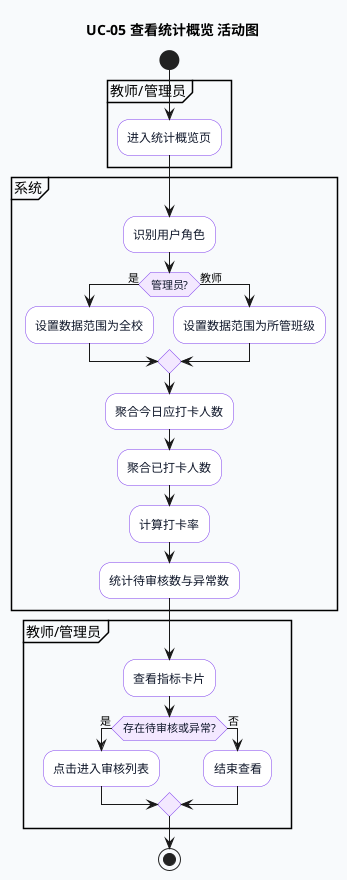
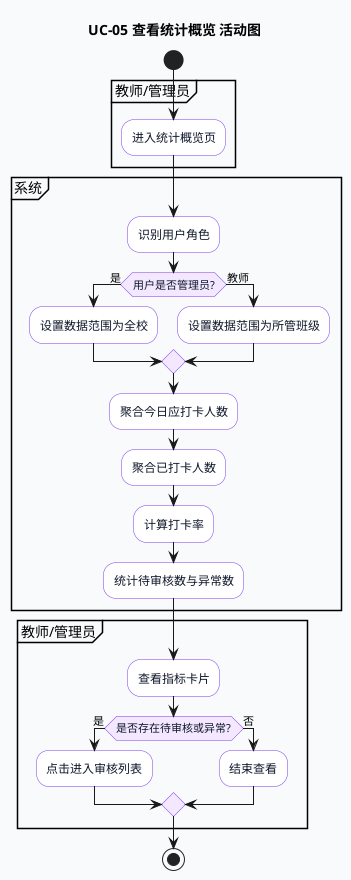
@startuml
title UC-05 查看统计概览 活动图
skinparam backgroundColor #F8FAFC
skinparam shadowing false
skinparam activity {
  BackgroundColor #FFFFFF
  BorderColor #7C3AED
  FontColor #0F172A
  DiamondBackgroundColor #F3E8FF
  DiamondBorderColor #7C3AED
}

start
partition "教师/管理员" {
  :进入统计概览页;
}
partition "系统" {
  :识别用户角色;
-   if (管理员?) then (是)
+   if (用户是否管理员?) then (是)
    :设置数据范围为全校;
  else (教师)
    :设置数据范围为所管班级;
  endif
  :聚合今日应打卡人数;
  :聚合已打卡人数;
  :计算打卡率;
  :统计待审核数与异常数;
}
partition "教师/管理员" {
  :查看指标卡片;
-   if (存在待审核或异常?) then (是)
+   if (是否存在待审核或异常?) then (是)
    :点击进入审核列表;
  else (否)
    :结束查看;
  endif
}
stop
@enduml
